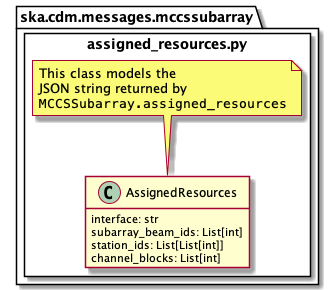
Earlier version of the PlantUML export docs/src/developer/mccssubarray/assigned_resources.png (ska-telescope/cdm-shared-library). Source of this version:
```plantuml
@startuml
hide empty members

package ska.cdm.messages.mccssubarray {
    package assigned_resources.py <<Rectangle>> {
        class AssignedResources {
            interface: str
            subarray_beam_ids: List[int]
            station_ids: List[List[int]]
            channel_blocks: List[int]
        }
		note top of AssignedResources
			This class models the
			JSON string returned by
			""MCCSSubarray.assigned_resources""
		end note
	}
}

@enduml
```
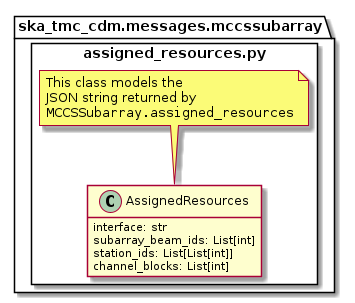
The same diagram one commit later.

The edit, as a diff of the source:
```diff
@@ -1,7 +1,7 @@
 @startuml
 hide empty members
 
-package ska.cdm.messages.mccssubarray {
+package ska_tmc_cdm.messages.mccssubarray {
     package assigned_resources.py <<Rectangle>> {
         class AssignedResources {
             interface: str
```
